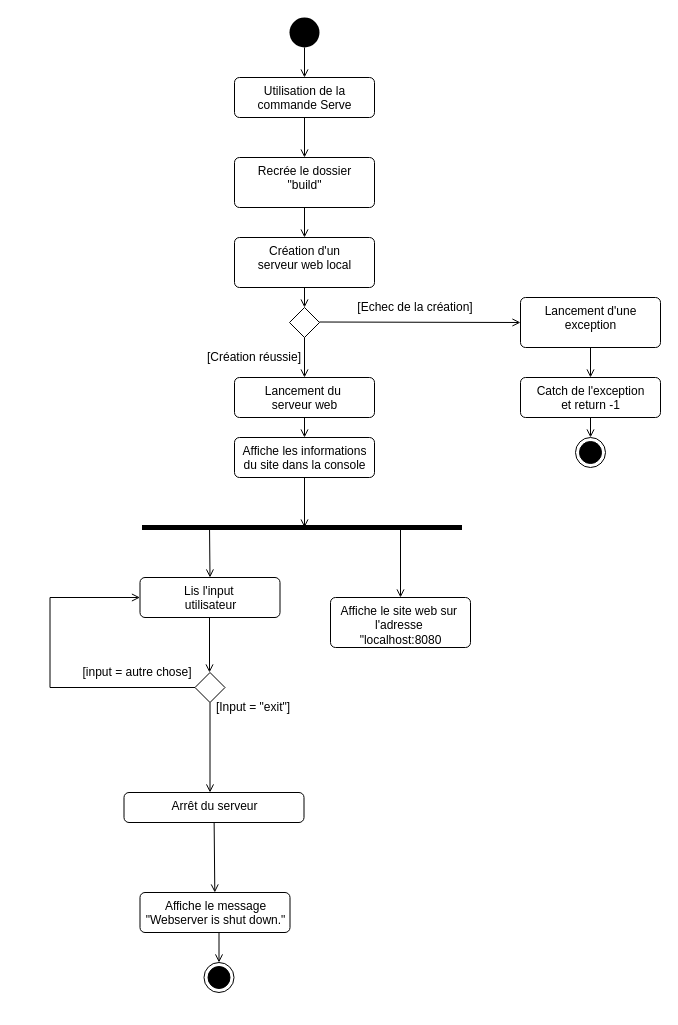
Earlier version of the draw.io diagram diagrames/diagrammeActiviteServe.drawio (lgtm-migrator/projet-friedli_jaquier_kaelin_pavicevic). Source tidied: cells renumbered, new cells numbered last; positions are measured from the earlier drawing's top-left corner, leaving out a move shared by most shapes. Both pictures are drawn from the tidied source at 100%, with x=0, y=0 at pixel (17, 17).
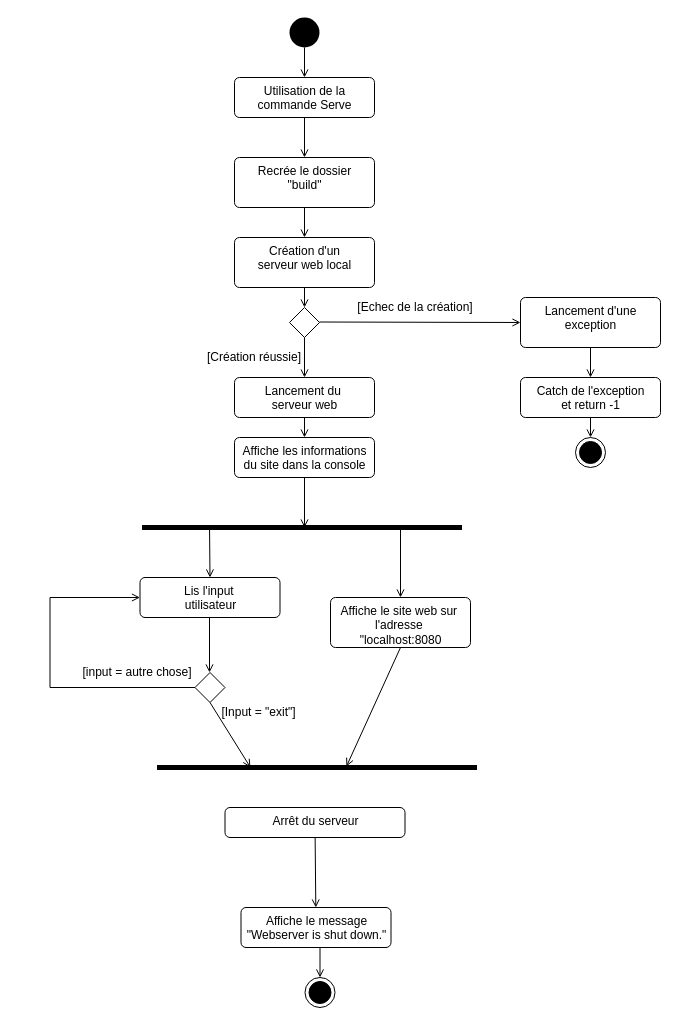
The same page after the edit.

Commit message (it also covers changes not shown here):
docs: refactor somes diagrams

Unchanged cells that the change refers to:
```xml
<mxCell id="30" style="rhombus;" parent="1" vertex="1">
  <mxGeometry x="177.5" y="655" width="30" height="30" as="geometry" />
</mxCell>
<mxCell id="39" value="Affiche le site web sur&amp;nbsp;&lt;br&gt;l'adresse&amp;nbsp;&lt;br&gt;&quot;localhost:8080" style="html=1;align=center;verticalAlign=top;rounded=1;absoluteArcSize=1;arcSize=10;dashed=0;" parent="1" vertex="1">
  <mxGeometry x="313" y="580" width="140" height="50" as="geometry" />
</mxCell>
```

Diff of the diagram source:
```diff
@@
     <mxCell id="18" value="Affiche le message&lt;br&gt;&quot;Webserver is shut down.&quot;" style="html=1;align=center;verticalAlign=top;rounded=1;absoluteArcSize=1;arcSize=10;dashed=0;" parent="1" vertex="1">
-      <mxGeometry x="122.5" y="875" width="150" height="40" as="geometry" />
+      <mxGeometry x="223.5" y="890" width="150" height="40" as="geometry" />
     </mxCell>
     <mxCell id="19" style="ellipse;html=1;shape=endState;fillColor=#000000;strokeColor=#000000;" parent="1" vertex="1">
-      <mxGeometry x="186.5" y="945" width="30" height="30" as="geometry" />
+      <mxGeometry x="287.5" y="960" width="30" height="30" as="geometry" />
     </mxCell>
     <mxCell id="20" style="endArrow=open;html=1;rounded=0;align=center;verticalAlign=top;endFill=0;labelBackgroundColor=none;endSize=6;entryX=0.5;entryY=0;entryDx=0;entryDy=0;" parent="1" edge="1" target="19">
       <mxGeometry relative="1" as="geometry">
-        <mxPoint x="201.5" y="915" as="sourcePoint" />
+        <mxPoint x="302.5" y="930" as="sourcePoint" />
       </mxGeometry>
     </mxCell>
@@
-    <mxCell id="31" style="endArrow=open;html=1;rounded=0;align=center;verticalAlign=top;endFill=0;labelBackgroundColor=none;endSize=6;exitX=0.5;exitY=1;exitDx=0;exitDy=0;" parent="1" edge="1" source="30">
-      <mxGeometry relative="1" as="geometry">
-        <mxPoint x="192.5" y="775" as="targetPoint" />
-      </mxGeometry>
-    </mxCell>
     <mxCell id="32" value="[Input = &quot;exit&quot;]" style="text;html=1;strokeColor=none;fillColor=none;align=center;verticalAlign=middle;whiteSpace=wrap;rounded=0;" parent="1" vertex="1">
-      <mxGeometry x="116" y="680" width="240" height="20" as="geometry" />
+      <mxGeometry x="194.5" y="685" width="93" height="20" as="geometry" />
     </mxCell>
@@
     <mxCell id="35" value="Arrêt du serveur" style="html=1;align=center;verticalAlign=top;rounded=1;absoluteArcSize=1;arcSize=10;dashed=0;" parent="1" vertex="1">
-      <mxGeometry x="106.5" y="775" width="180" height="30" as="geometry" />
+      <mxGeometry x="207.5" y="790" width="180" height="30" as="geometry" />
     </mxCell>
@@
+    <mxCell id="40" style="html=1;points=[];perimeter=orthogonalPerimeter;fillColor=#000000;strokeColor=none;rotation=90;" parent="1" vertex="1">
+      <mxGeometry x="297" y="590" width="5" height="320" as="geometry" />
+    </mxCell>
+    <mxCell id="41" style="endArrow=open;html=1;rounded=0;align=center;verticalAlign=top;endFill=0;labelBackgroundColor=none;endSize=6;entryX=0.3;entryY=0.408;entryDx=0;entryDy=0;exitX=0.5;exitY=1;exitDx=0;exitDy=0;entryPerimeter=0;" parent="1" edge="1" source="39" target="40">
+      <mxGeometry relative="1" as="geometry" />
+    </mxCell>
+    <mxCell id="42" style="endArrow=open;html=1;rounded=0;align=center;verticalAlign=top;endFill=0;labelBackgroundColor=none;endSize=6;exitX=0.5;exitY=1;exitDx=0;exitDy=0;" parent="1" edge="1" source="30">
+      <mxGeometry relative="1" as="geometry">
+        <mxPoint x="233" y="750" as="targetPoint" />
+      </mxGeometry>
+    </mxCell>
```
